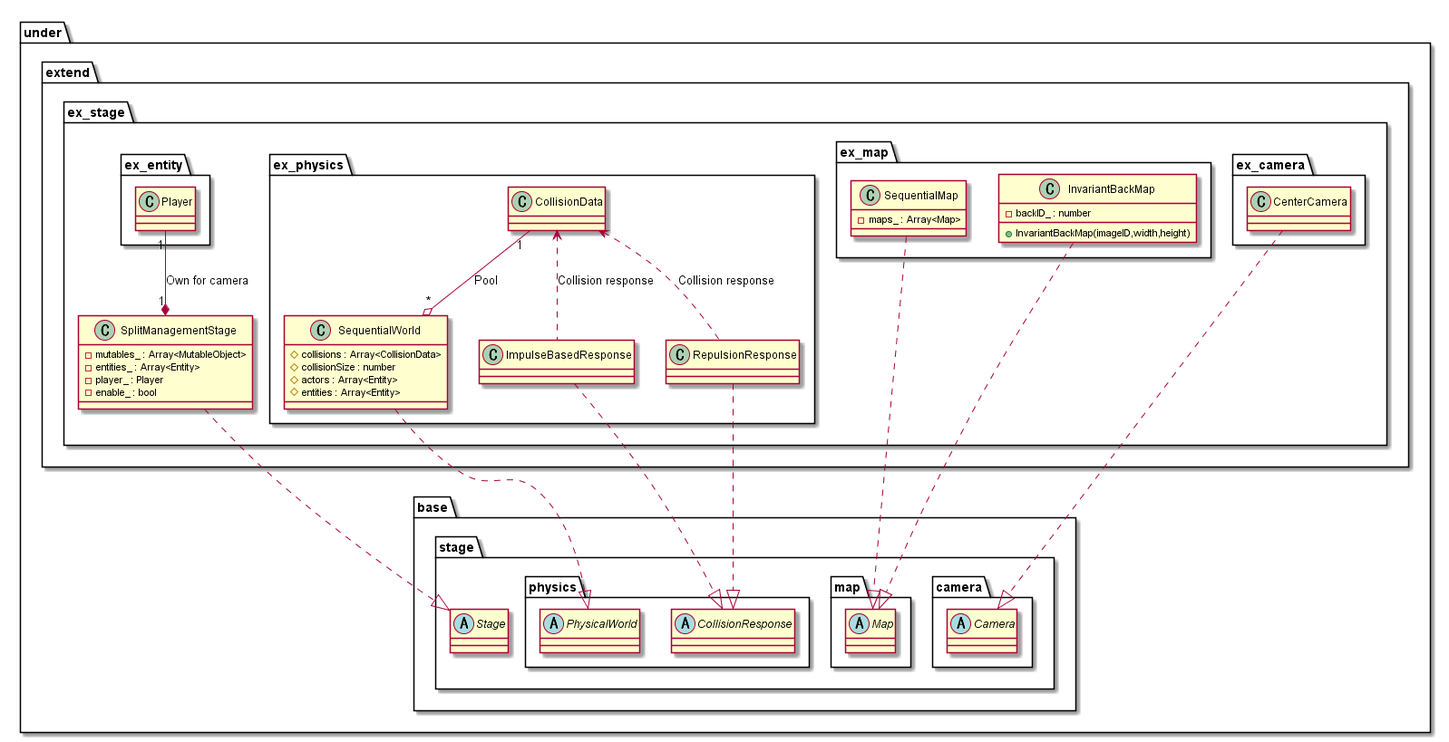
This is out/uml/stage/Extend/StageExtend.png from Expine/Under, a PlantUML export, as it was before one commit.
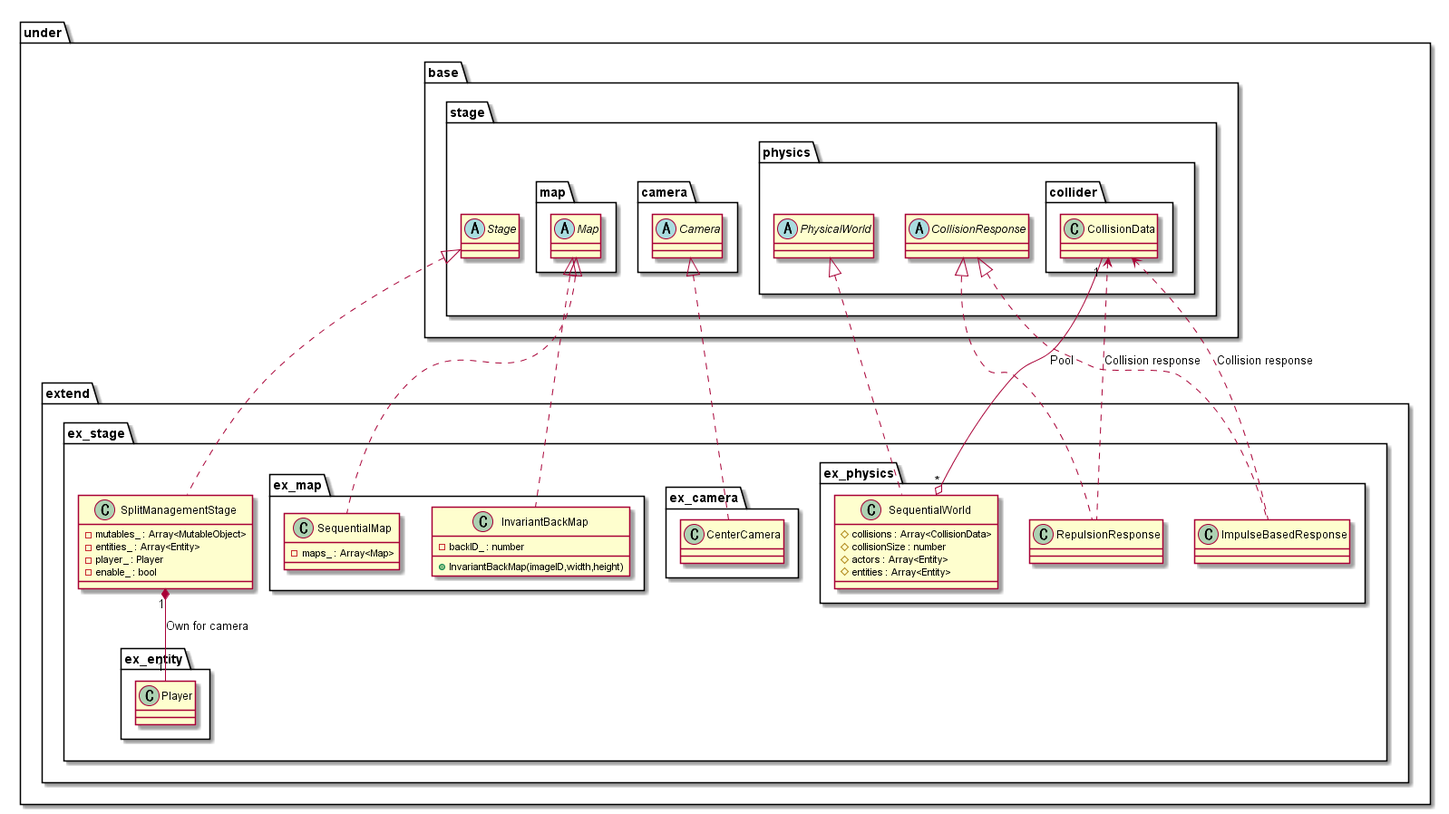
Later version of the same file.

What changed in the source:
```diff
@@ -48,6 +48,9 @@
             package physics {
                 abstract PhysicalWorld
                 abstract CollisionResponse
+                package collider {
+                    class CollisionData
+                }
             }
         }
     }
@@ -57,26 +60,23 @@
             package ex_entity {
                 class Player
             }
-            package ex_physics {
-                class CollisionData
-            }
         }
     }
 }
 
 
-Player "1"--*"1" SplitManagementStage : Own for camera
+SplitManagementStage "1"*--"1" Player : Own for camera
 
 CollisionData <.. ImpulseBasedResponse : Collision response
 CollisionData <.. RepulsionResponse : Collision response
 CollisionData "1"--o "*"SequentialWorld : Pool
 
-SplitManagementStage ..|> Stage
-CenterCamera ..|> Camera
-SequentialMap ..|> Map
-InvariantBackMap ..|> Map
-SequentialWorld ..|> PhysicalWorld
-ImpulseBasedResponse ..|> CollisionResponse
-RepulsionResponse ..|> CollisionResponse
+Stage <|.. SplitManagementStage
+Camera <|.. CenterCamera
+Map <|.. SequentialMap
+Map <|.. InvariantBackMap
+PhysicalWorld <|.. SequentialWorld
+CollisionResponse <|.. ImpulseBasedResponse
+CollisionResponse <|.. RepulsionResponse
 
 @enduml
```
